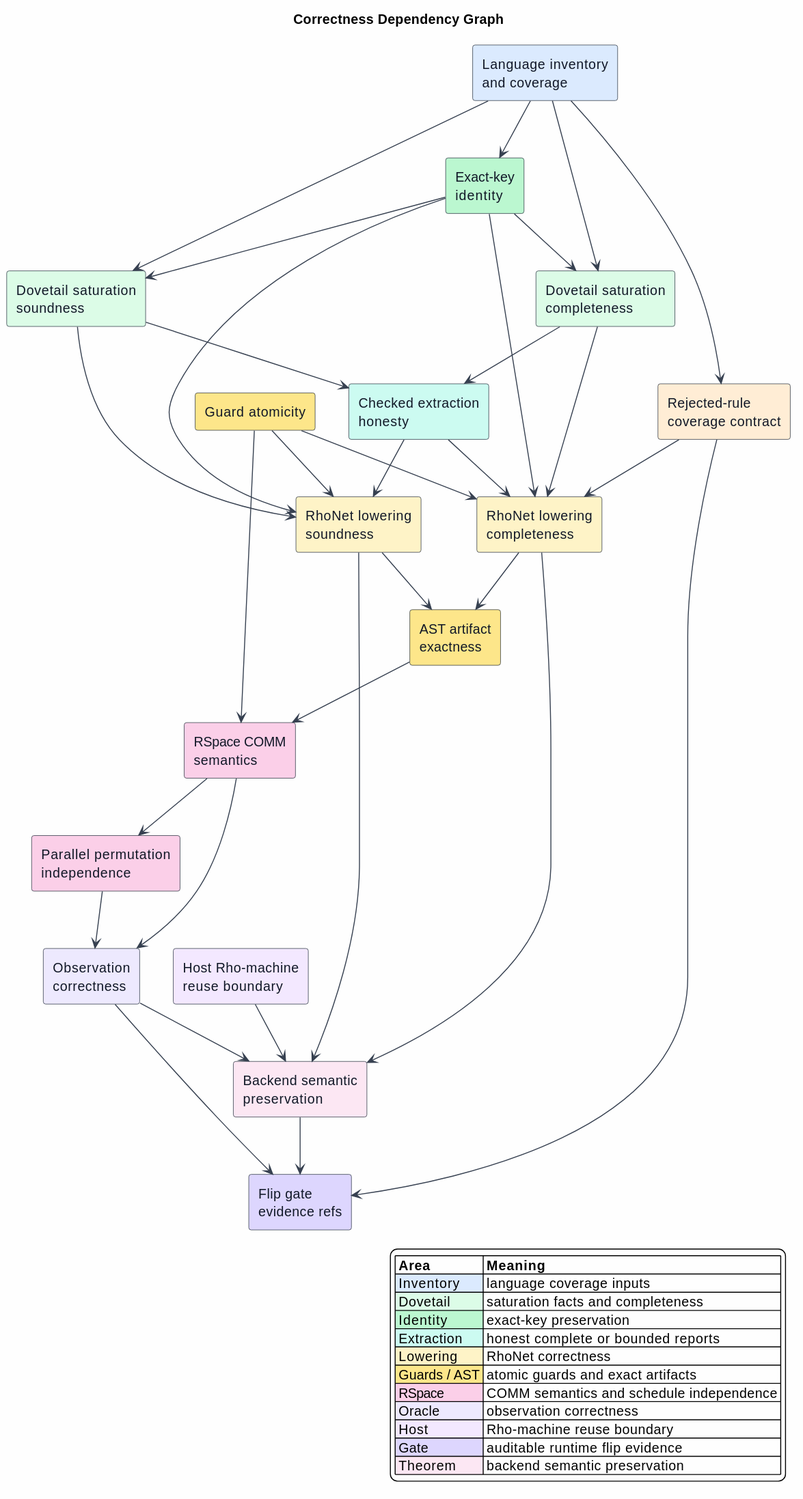
Before: docs/architecture/rho-native-integration/figures/06-correctness-and-coverage.svg, a diagram exported from PlantUML (F1R3FLY-io/mettail-rust).
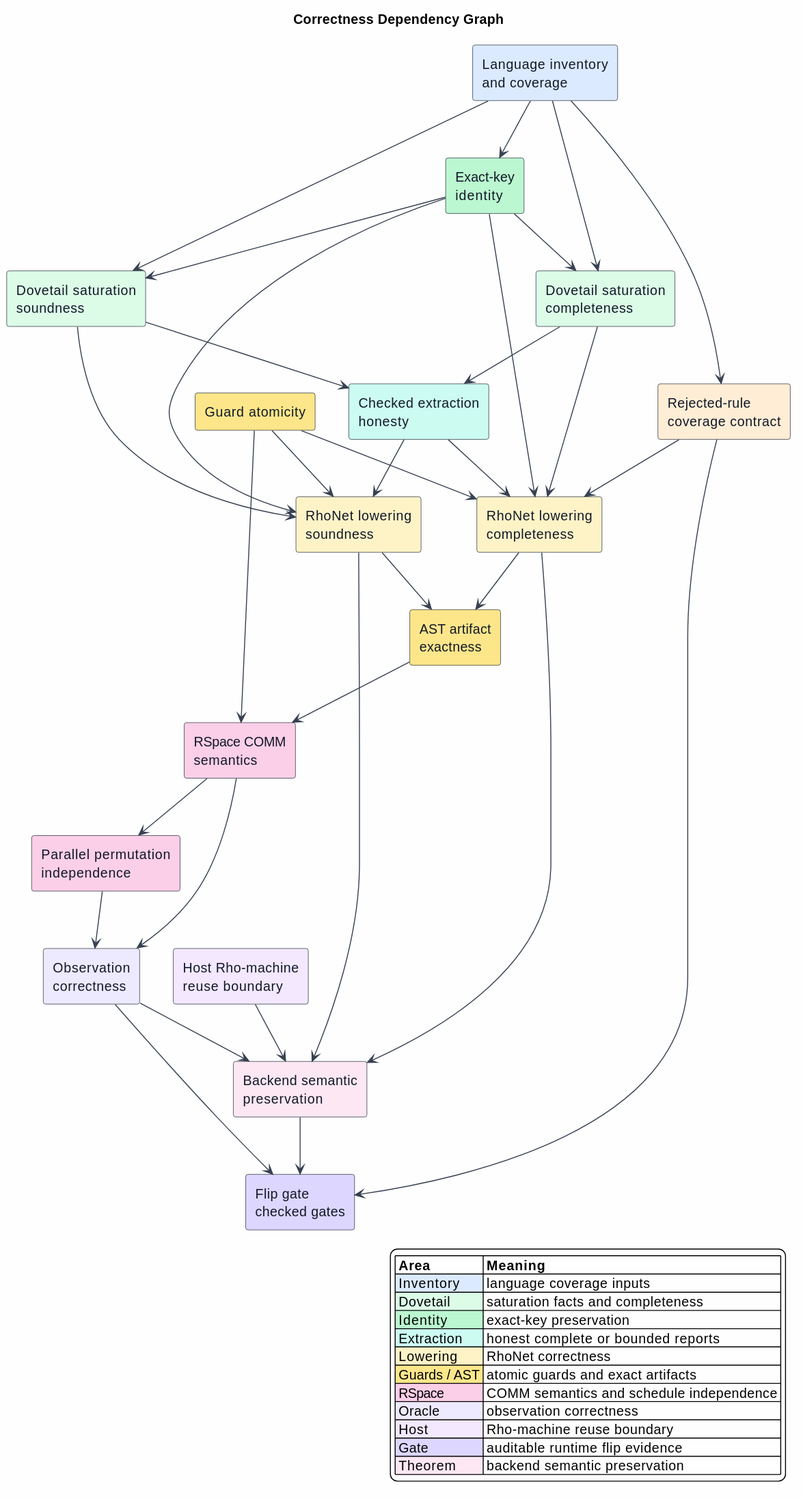
After the change.

Diff of the diagram source:
```diff
@@ -23,7 +23,7 @@
 rectangle "Observation\ncorrectness" as OC #EDE9FE
 rectangle "Rejected-rule\ncoverage contract" as RJ #FFEDD5
 rectangle "Host Rho-machine\nreuse boundary" as HR #F3E8FF
-rectangle "Flip gate\nevidence refs" as FG #DDD6FE
+rectangle "Flip gate\nchecked gates" as FG #DDD6FE
 rectangle "Backend semantic\npreservation" as SP #FCE7F3
 
 Inventory --> EK
```
